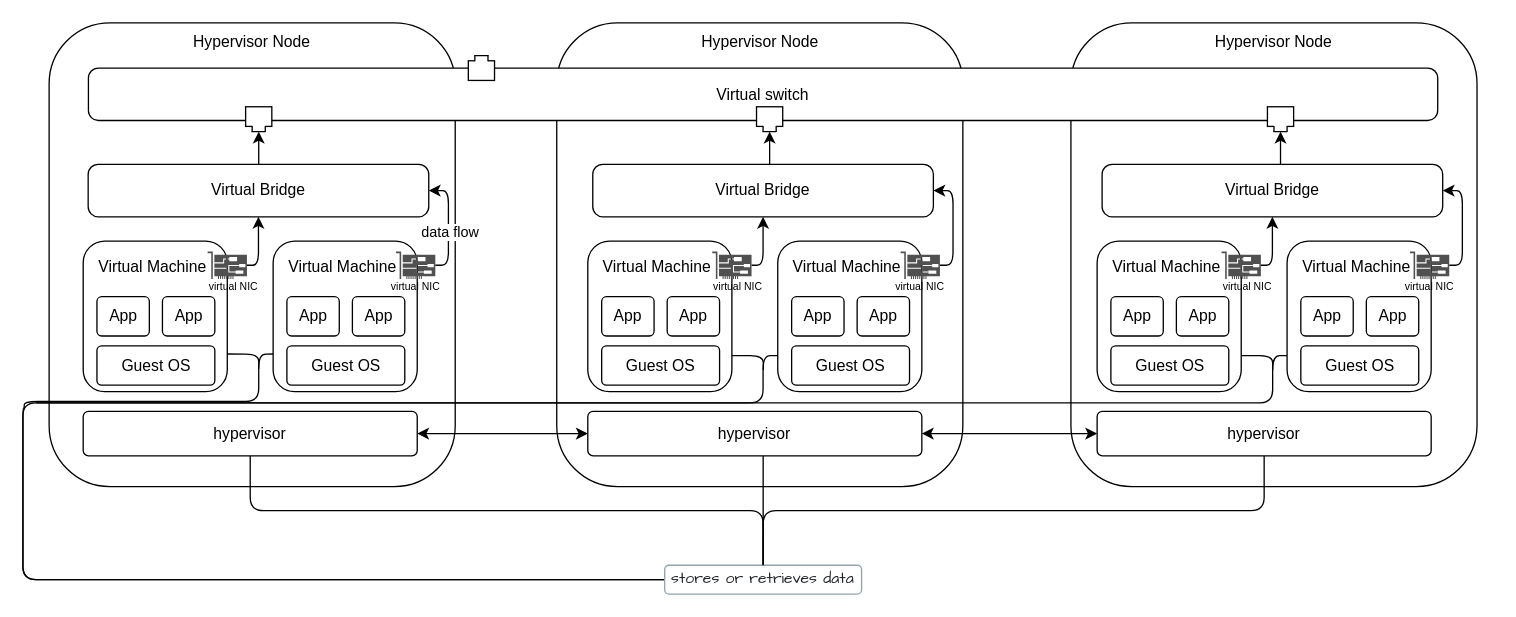
Before: page "Page-3" (3 of 4) of diagrams/Globale_Conception.drawio in Benmeddour/ai-driven-infrastructure-resource-provisioning, a draw.io diagram. Source tidied: cells renumbered, new cells numbered last; positions are measured from the earlier drawing's top-left corner, leaving out a move shared by most shapes. Both pictures are drawn from the tidied source at 131%, with x=0, y=0 at pixel (22, 22).
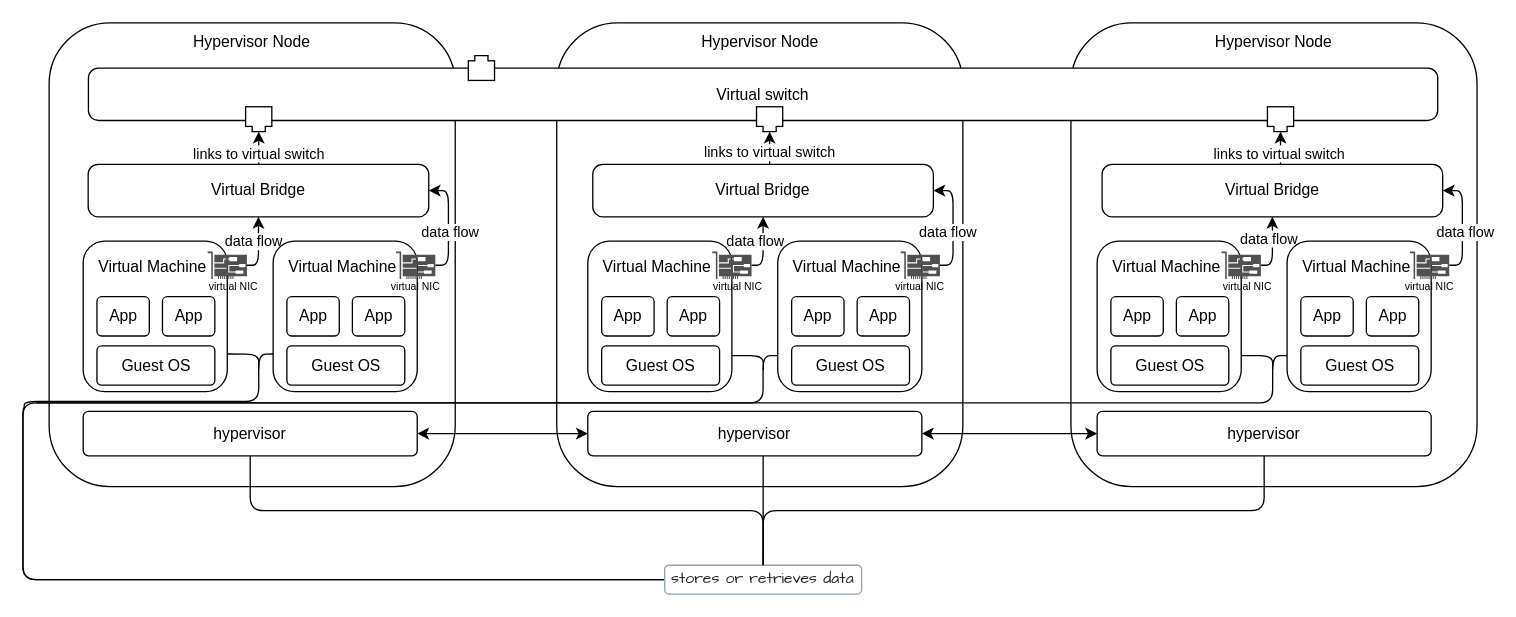
The same diagram, later.

Unchanged cells that the change refers to:
```xml
<mxCell id="3" style="edgeStyle=orthogonalEdgeStyle;rounded=0;jettySize=auto;html=1;entryX=0.5;entryY=1;entryDx=0;entryDy=0;" parent="1" edge="1" target="72">
  <mxGeometry relative="1" as="geometry">
    <mxPoint x="180" y="111.5" as="sourcePoint" />
    <Array as="points">
      <mxPoint x="180" y="97.5" />
      <mxPoint x="180" y="97.5" />
    </Array>
  </mxGeometry>
</mxCell>
<mxCell id="11" value="Virtual Bridge" style="rounded=1;whiteSpace=wrap;html=1;arcSize=19;" parent="1" vertex="1">
  <mxGeometry x="435" y="108" width="260" height="40" as="geometry" />
</mxCell>
<mxCell id="13" style="sketch=0;shadow=0;dashed=0;html=1;strokeColor=none;fillColor=#505050;labelPosition=center;verticalLabelPosition=bottom;verticalAlign=top;outlineConnect=0;align=center;shape=mxgraph.office.devices.nic;" parent="1" vertex="1">
  <mxGeometry x="526.2" y="174.5" width="30" height="21" as="geometry" />
</mxCell>
<mxCell id="23" style="edgeStyle=orthogonalEdgeStyle;rounded=0;jettySize=auto;html=1;entryX=0.5;entryY=1;entryDx=0;entryDy=0;" parent="1" edge="1" target="82">
  <mxGeometry relative="1" as="geometry">
    <mxPoint x="960" y="108" as="sourcePoint" />
    <Array as="points">
      <mxPoint x="960" y="104" />
      <mxPoint x="960" y="104" />
    </Array>
  </mxGeometry>
</mxCell>
<mxCell id="51" style="edgeStyle=orthogonalEdgeStyle;rounded=1;jettySize=auto;html=1;entryX=0.5;entryY=1;entryDx=0;entryDy=0;curved=0;" parent="1" edge="1" source="52" target="50">
  <mxGeometry relative="1" as="geometry">
    <Array as="points">
      <mxPoint x="179" y="185" />
      <mxPoint x="179" y="148" />
    </Array>
  </mxGeometry>
</mxCell>
<mxCell id="87" style="rounded=0;whiteSpace=wrap;html=1;strokeColor=none;" parent="70" vertex="1">
  <mxGeometry x="565" y="76" width="10" height="7" as="geometry" />
</mxCell>
```

The edit, as a diff of the source:
```diff
@@
+    <mxCell id="43" value="Virtual Machine" style="rounded=1;whiteSpace=wrap;html=1;spacingTop=-75;align=left;spacingLeft=10;fontSize=12;" parent="1" vertex="1">
+      <mxGeometry x="46" y="166.5" width="110" height="115" as="geometry" />
+    </mxCell>
@@
+    <mxCell id="91" value="links to virtual switch" style="edgeLabel;html=1;align=center;verticalAlign=middle;" parent="3" vertex="1">
+      <mxGeometry x="0.08" y="1" relative="1" as="geometry">
+        <mxPoint y="3" as="offset" />
+      </mxGeometry>
+    </mxCell>
@@
+    <mxCell id="12" style="edgeStyle=orthogonalEdgeStyle;rounded=1;jettySize=auto;html=1;entryX=0.5;entryY=1;entryDx=0;entryDy=0;curved=0;" parent="1" edge="1" source="13" target="11">
+      <mxGeometry relative="1" as="geometry">
+        <Array as="points">
+          <mxPoint x="564.2" y="185" />
+          <mxPoint x="564.2" y="148" />
+        </Array>
+      </mxGeometry>
+    </mxCell>
+    <mxCell id="92" value="data flow" style="edgeLabel;html=1;align=center;verticalAlign=middle;" parent="1" vertex="1">
+      <mxGeometry x="558.8" y="166.5" as="geometry" />
+    </mxCell>
@@
-    <mxCell id="10" style="edgeStyle=orthogonalEdgeStyle;rounded=0;jettySize=auto;html=1;entryX=0.5;entryY=1;entryDx=0;entryDy=0;" parent="1" edge="1" source="11" target="87">
+    <mxCell id="10" style="edgeStyle=orthogonalEdgeStyle;rounded=0;jettySize=auto;html=1;entryX=0.5;entryY=1;entryDx=0;entryDy=0;spacing=2;spacingBottom=6;" parent="1" edge="1" source="11" target="87">
       <mxGeometry relative="1" as="geometry">
         <Array as="points">
           <mxPoint x="570" y="94" />
           <mxPoint x="570" y="94" />
         </Array>
       </mxGeometry>
     </mxCell>
+    <mxCell id="93" value="links to virtual switch" style="edgeLabel;html=1;align=center;verticalAlign=middle;" parent="10" vertex="1">
+      <mxGeometry x="-0.16" y="1" relative="1" as="geometry">
+        <mxPoint y="1" as="offset" />
+      </mxGeometry>
+    </mxCell>
@@
-    <mxCell id="12" style="edgeStyle=orthogonalEdgeStyle;rounded=1;jettySize=auto;html=1;entryX=0.5;entryY=1;entryDx=0;entryDy=0;curved=0;" parent="1" edge="1" source="13" target="11">
-      <mxGeometry relative="1" as="geometry">
-        <Array as="points">
-          <mxPoint x="564.2" y="185" />
-          <mxPoint x="564.2" y="148" />
-        </Array>
-      </mxGeometry>
-    </mxCell>
@@
+    <mxCell id="94" value="links to virtual switch" style="edgeLabel;html=1;align=center;verticalAlign=middle;" parent="23" vertex="1">
+      <mxGeometry x="-0.36" relative="1" as="geometry">
+        <mxPoint x="-2" y="-1" as="offset" />
+      </mxGeometry>
+    </mxCell>
@@
+    <mxCell id="95" value="data flow" style="edgeLabel;html=1;align=center;verticalAlign=middle;" parent="1" vertex="1">
+      <mxGeometry x="950" y="164" as="geometry" />
+    </mxCell>
@@
-    <mxCell id="43" value="Virtual Machine" style="rounded=1;whiteSpace=wrap;html=1;spacingTop=-75;align=left;spacingLeft=10;fontSize=12;" parent="1" vertex="1">
-      <mxGeometry x="46" y="166.5" width="110" height="115" as="geometry" />
-    </mxCell>
@@
+    <mxCell id="96" value="data flow" style="edgeLabel;html=1;align=center;verticalAlign=middle;" parent="51" vertex="1">
+      <mxGeometry x="-0.04" y="-2" relative="1" as="geometry">
+        <mxPoint x="-6" y="-5" as="offset" />
+      </mxGeometry>
+    </mxCell>
@@
+    <mxCell id="97" value="data flow" style="edgeLabel;html=1;align=center;verticalAlign=middle;" parent="1" vertex="1">
+      <mxGeometry x="705" y="159" as="geometry" />
+    </mxCell>
+    <mxCell id="98" value="data flow" style="edgeLabel;html=1;align=center;verticalAlign=middle;" parent="1" vertex="1">
+      <mxGeometry x="1100" y="159" as="geometry" />
+    </mxCell>
```
